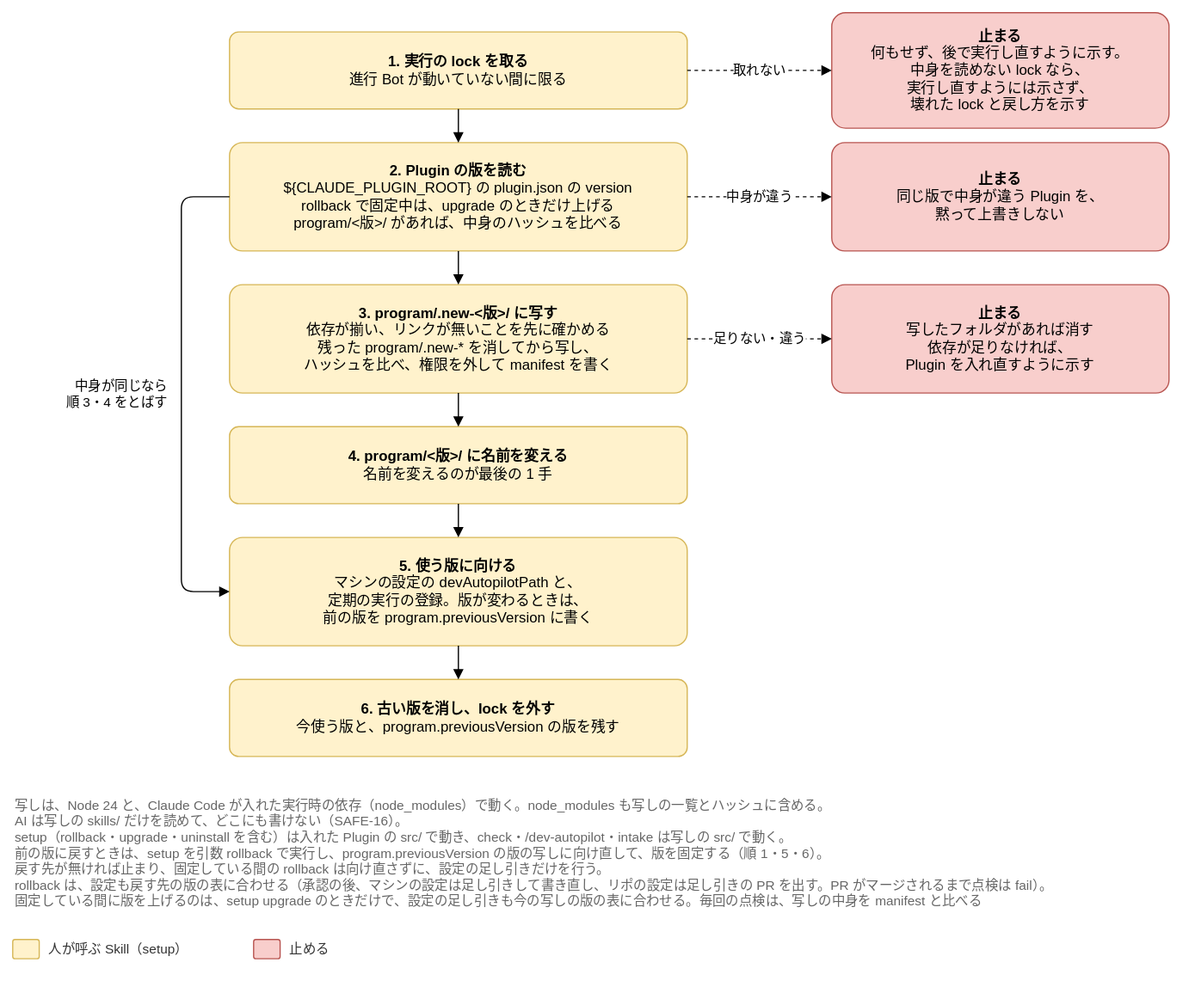
The draw.io diagram docs/design/basic/diagrams/04-program-copy.drawio.svg in Joymerrevent/dev-autopilot, before a commit. Source tidied: cells renumbered, new cells last; positions are measured from the earlier drawing's top-left corner, leaving out a move shared by most shapes.
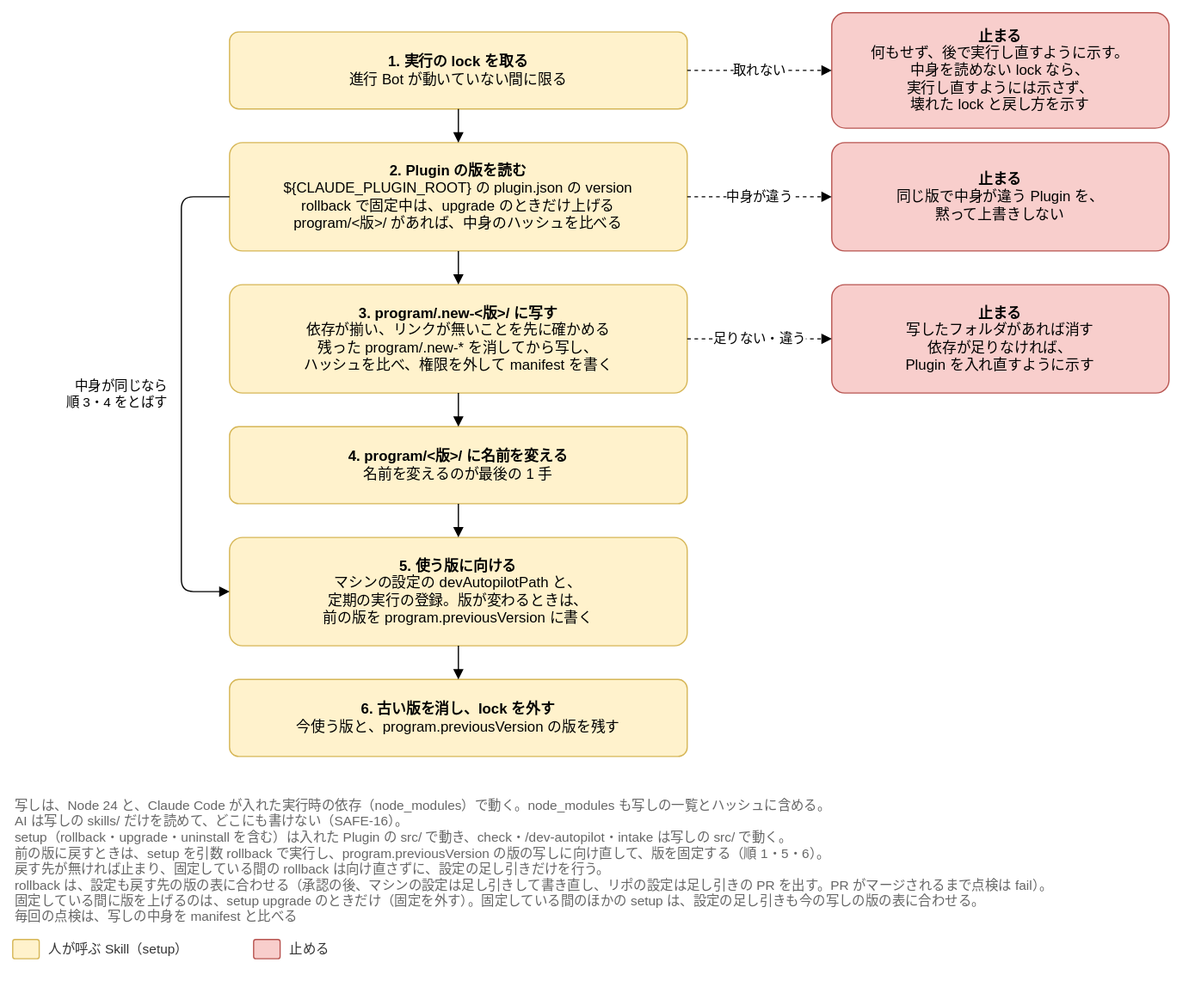
Later version of the same file.

Diff of the diagram source:
```diff
@@ -64,8 +64,8 @@
     <mxCell id="20" value="中身が同じなら&lt;br&gt;順 3・4 をとばす" style="text;html=1;align=right;verticalAlign=middle;fontSize=11;" parent="1" vertex="1">
       <mxGeometry y="297" width="130" height="40" as="geometry" />
     </mxCell>
-    <mxCell id="21" value="写しは、Node 24 と、Claude Code が入れた実行時の依存（node_modules）で動く。node_modules も写しの一覧とハッシュに含める。&lt;br&gt;AI は写しの skills/ だけを読めて、どこにも書けない（SAFE-16）。&lt;br&gt;setup（rollback・upgrade・uninstall を含む）は入れた Plugin の src/ で動き、check・/dev-autopilot・intake は写しの src/ で動く。&lt;br&gt;前の版に戻すときは、setup を引数 rollback で実行し、program.previousVersion の版の写しに向け直して、版を固定する（順 1・5・6）。&lt;br&gt;戻す先が無ければ止まり、固定している間の rollback は向け直さずに、設定の足し引きだけを行う。&lt;br&gt;rollback は、設定も戻す先の版の表に合わせる（承認の後、マシンの設定は足し引きして書き直し、リポの設定は足し引きの PR を出す。PR がマージされるまで点検は fail）。&lt;br&gt;固定している間に版を上げるのは、setup upgrade のときだけで、設定の足し引きも今の写しの版の表に合わせる。毎回の点検は、写しの中身を manifest と比べる" style="text;html=1;whiteSpace=wrap;align=left;verticalAlign=top;fontSize=11;fontColor=#666666;" parent="1" vertex="1">
-      <mxGeometry y="646" width="960" height="104" as="geometry" />
+    <mxCell id="21" value="写しは、Node 24 と、Claude Code が入れた実行時の依存（node_modules）で動く。node_modules も写しの一覧とハッシュに含める。&lt;br&gt;AI は写しの skills/ だけを読めて、どこにも書けない（SAFE-16）。&lt;br&gt;setup（rollback・upgrade・uninstall を含む）は入れた Plugin の src/ で動き、check・/dev-autopilot・intake は写しの src/ で動く。&lt;br&gt;前の版に戻すときは、setup を引数 rollback で実行し、program.previousVersion の版の写しに向け直して、版を固定する（順 1・5・6）。&lt;br&gt;戻す先が無ければ止まり、固定している間の rollback は向け直さずに、設定の足し引きだけを行う。&lt;br&gt;rollback は、設定も戻す先の版の表に合わせる（承認の後、マシンの設定は足し引きして書き直し、リポの設定は足し引きの PR を出す。PR がマージされるまで点検は fail）。&lt;br&gt;固定している間に版を上げるのは、setup upgrade のときだけ（固定を外す）。固定している間のほかの setup は、設定の足し引きも今の写しの版の表に合わせる。&lt;br&gt;毎回の点検は、写しの中身を manifest と比べる" style="text;html=1;whiteSpace=wrap;align=left;verticalAlign=top;fontSize=11;fontColor=#666666;" parent="1" vertex="1">
+      <mxGeometry y="646" width="960" height="112" as="geometry" />
     </mxCell>
     <mxCell id="22" style="rounded=1;whiteSpace=wrap;html=1;fontSize=12;arcSize=12;spacing=12;fillColor=#fff2cc;strokeColor=#d6b656;" parent="1" vertex="1">
       <mxGeometry y="770" width="22" height="16" as="geometry" />
```
